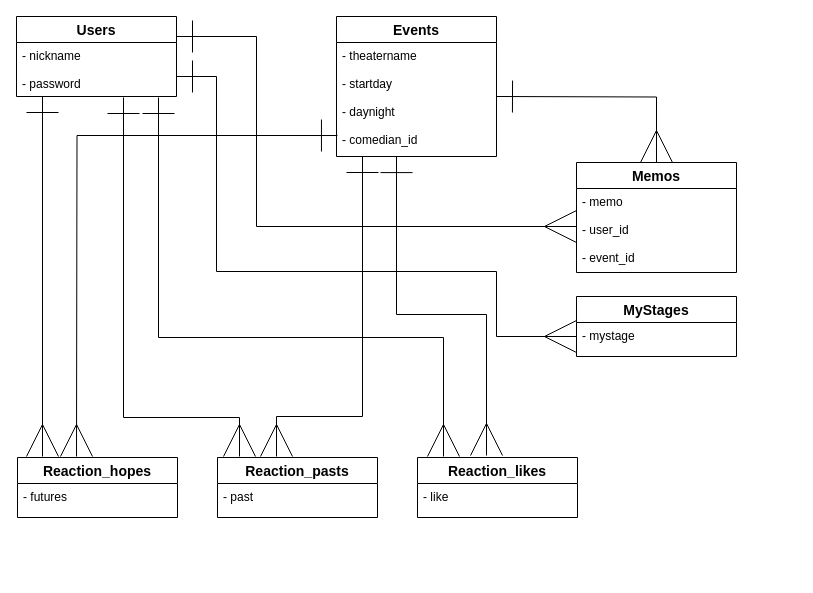
Above: zabuton_dayori.dio in saotome88/zabuton_dayori (draw.io), before the change. Source tidied: cells renumbered, new cells numbered last; positions are measured from the earlier drawing's top-left corner, leaving out a move shared by most shapes. Both pictures are drawn from the tidied source at 100%, with x=0, y=0 at pixel (16, 16).
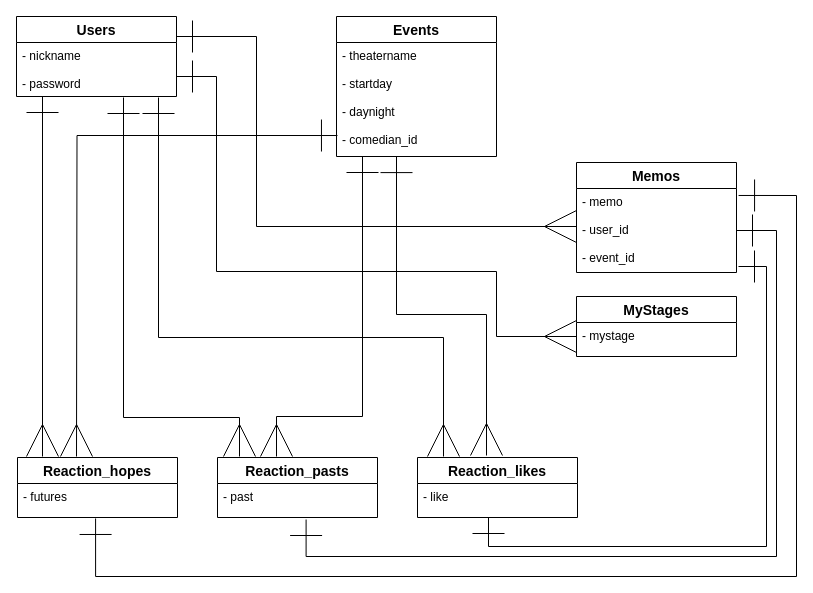
After the change.

Commit message (it also covers changes not shown here):
メモ機能:ER図の修正

Unchanged cells that the change refers to:
```xml
<mxCell id="8" value="- futures" style="text;strokeColor=none;fillColor=none;spacingLeft=4;spacingRight=4;overflow=hidden;points=[[0,0.5],[1,0.5]];portConstraint=eastwest;fontSize=12;" parent="7" vertex="1">
  <mxGeometry y="26" width="160" height="34" as="geometry" />
</mxCell>
<mxCell id="13" value="Memos" style="swimlane;fontStyle=1;horizontal=1;startSize=26;align=center;fontSize=14;" parent="1" vertex="1">
  <mxGeometry x="560" y="146" width="160" height="110" as="geometry" />
</mxCell>
<mxCell id="14" value="- memo&#10;&#10;- user_id&#10;&#10;- event_id" style="text;strokeColor=none;fillColor=none;spacingLeft=4;spacingRight=4;overflow=hidden;points=[[0,0.5],[1,0.5]];portConstraint=eastwest;fontSize=12;" parent="13" vertex="1">
  <mxGeometry y="26" width="160" height="84" as="geometry" />
</mxCell>
```

The edit, as a diff of the source:
```diff
@@
-    <mxCell id="21" style="edgeStyle=orthogonalEdgeStyle;rounded=0;jumpSize=10;jettySize=auto;html=1;exitX=1;exitY=0.5;exitDx=0;exitDy=0;startArrow=ERone;startFill=0;startSize=30;sourcePerimeterSpacing=0;endArrow=ERmany;endFill=0;endSize=30;targetPerimeterSpacing=0;entryX=0.5;entryY=0;entryDx=0;entryDy=0;" parent="1" edge="1" target="13">
-      <mxGeometry relative="1" as="geometry">
-        <mxPoint x="480" y="80" as="sourcePoint" />
-      </mxGeometry>
-    </mxCell>
@@
+    <mxCell id="25" style="edgeStyle=orthogonalEdgeStyle;rounded=0;jettySize=auto;html=1;exitX=1.013;exitY=0.083;exitDx=0;exitDy=0;entryX=0.488;entryY=1.029;entryDx=0;entryDy=0;entryPerimeter=0;endSize=30;startSize=30;endArrow=ERone;endFill=0;startArrow=ERone;startFill=0;exitPerimeter=0;" parent="1" edge="1" source="14" target="8">
+      <mxGeometry relative="1" as="geometry">
+        <Array as="points">
+          <mxPoint x="780" y="179" />
+          <mxPoint x="780" y="560" />
+          <mxPoint x="79" y="560" />
+        </Array>
+      </mxGeometry>
+    </mxCell>
+    <mxCell id="26" style="edgeStyle=orthogonalEdgeStyle;rounded=0;jettySize=auto;html=1;entryX=0.488;entryY=1.029;entryDx=0;entryDy=0;entryPerimeter=0;endSize=30;startSize=30;endArrow=ERone;endFill=0;startArrow=ERone;startFill=0;exitX=1;exitY=0.5;exitDx=0;exitDy=0;" parent="1" edge="1" source="14">
+      <mxGeometry relative="1" as="geometry">
+        <mxPoint x="289.6" y="503" as="targetPoint" />
+        <Array as="points">
+          <mxPoint x="760" y="214" />
+          <mxPoint x="760" y="540" />
+          <mxPoint x="290" y="540" />
+        </Array>
+      </mxGeometry>
+    </mxCell>
+    <mxCell id="27" style="edgeStyle=orthogonalEdgeStyle;rounded=0;orthogonalLoop=1;jettySize=auto;html=1;entryX=0.488;entryY=1.029;entryDx=0;entryDy=0;entryPerimeter=0;endSize=30;startSize=30;endArrow=ERone;endFill=0;startArrow=ERone;startFill=0;" parent="1" edge="1">
+      <mxGeometry relative="1" as="geometry">
+        <mxPoint x="722" y="250" as="sourcePoint" />
+        <mxPoint x="472" y="501" as="targetPoint" />
+        <Array as="points">
+          <mxPoint x="750" y="250" />
+          <mxPoint x="750" y="530" />
+          <mxPoint x="472" y="530" />
+        </Array>
+      </mxGeometry>
+    </mxCell>
```
